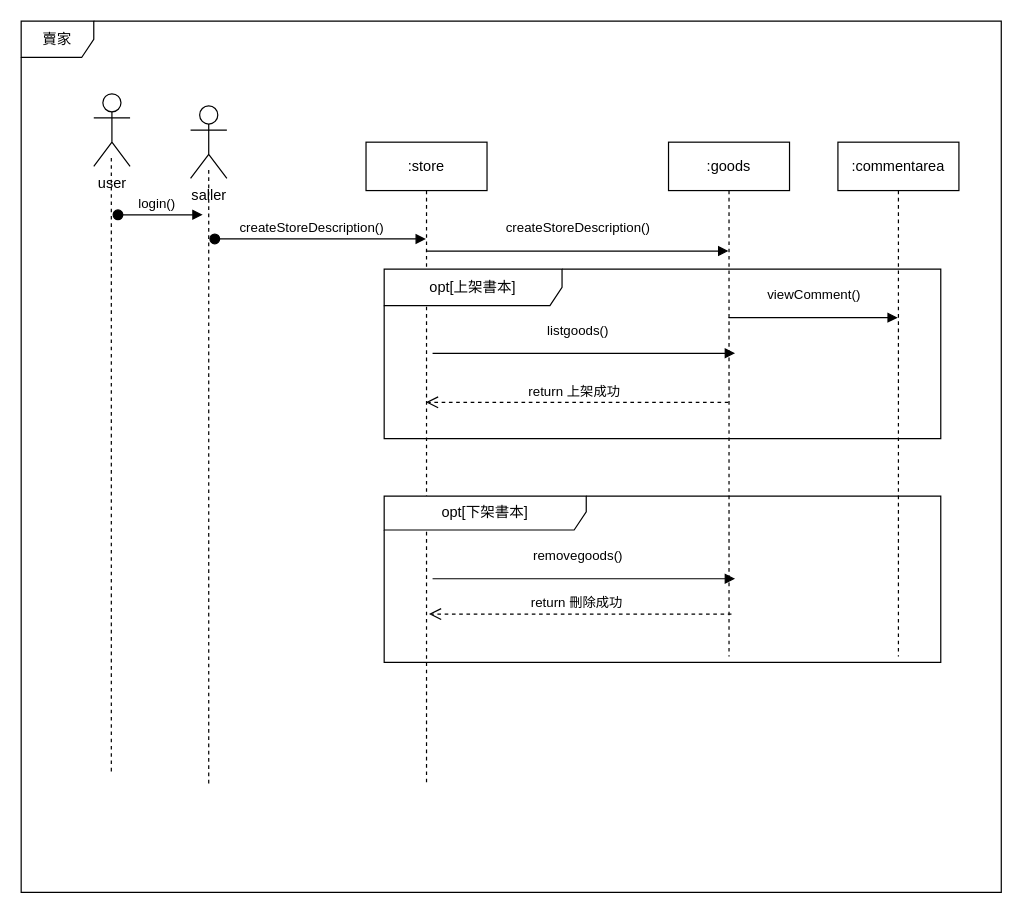
This is diagrams/sequensDiagram-賣家.drawio from SparrowTen/OpenShop, a draw.io file, before an edit. Source tidied: cells renumbered, new cells numbered last; positions are measured from the earlier drawing's top-left corner, leaving out a move shared by most shapes. Both pictures are drawn from the tidied source at 121%, with x=0, y=0 at pixel (21, 21).
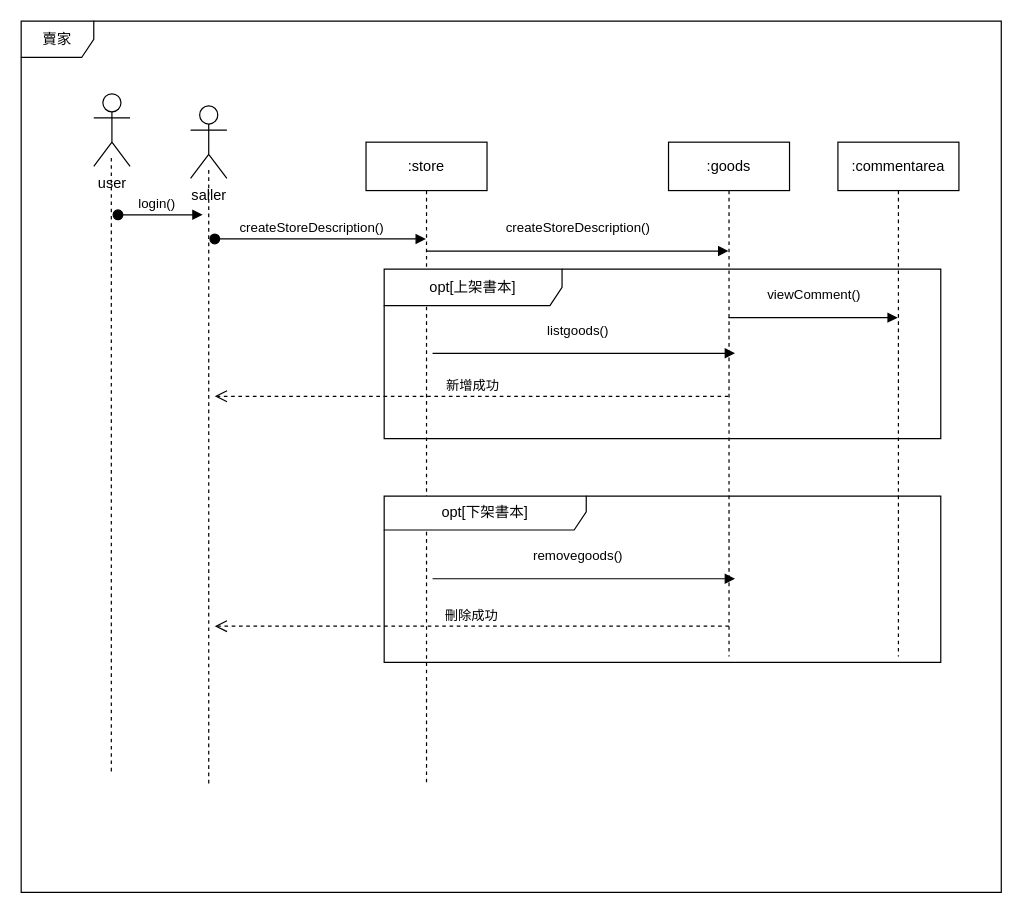
After the change.

Unchanged cells that the change refers to:
```xml
<mxCell id="2" value=":store" style="shape=umlLifeline;perimeter=lifelinePerimeter;whiteSpace=wrap;html=1;outlineConnect=0;portConstraint=eastwest;newEdgeStyle={&quot;edgeStyle&quot;:&quot;elbowEdgeStyle&quot;,&quot;elbow&quot;:&quot;vertical&quot;,&quot;curved&quot;:0,&quot;rounded&quot;:0};" parent="1" vertex="1">
  <mxGeometry x="285" y="100" width="100" height="530" as="geometry" />
</mxCell>
<mxCell id="4" value=":goods" style="shape=umlLifeline;perimeter=lifelinePerimeter;whiteSpace=wrap;html=1;outlineConnect=0;portConstraint=eastwest;newEdgeStyle={&quot;edgeStyle&quot;:&quot;elbowEdgeStyle&quot;,&quot;elbow&quot;:&quot;vertical&quot;,&quot;curved&quot;:0,&quot;rounded&quot;:0};" parent="1" vertex="1">
  <mxGeometry x="535" y="100" width="100" height="425" as="geometry" />
</mxCell>
```

Change to the diagram source:
```diff
@@
-    <mxCell id="11" value="return 上架成功" style="html=1;verticalAlign=bottom;endArrow=open;dashed=1;endSize=8;edgeStyle=elbowEdgeStyle;elbow=vertical;curved=0;rounded=0;" parent="1" edge="1" source="4" target="2">
-      <mxGeometry x="0.02" relative="1" as="geometry">
-        <Array as="points">
-          <mxPoint x="527" y="315" />
-          <mxPoint x="507" y="285" />
-          <mxPoint x="487" y="265" />
-          <mxPoint x="507" y="255" />
-          <mxPoint x="447" y="275" />
-          <mxPoint x="537" y="305" />
-        </Array>
-      </mxGeometry>
-    </mxCell>
@@
-    <mxCell id="13" value="return 刪除成功" style="html=1;verticalAlign=bottom;endArrow=open;dashed=1;endSize=8;edgeStyle=elbowEdgeStyle;elbow=vertical;curved=0;rounded=0;" parent="1" edge="1">
-      <mxGeometry x="0.02" relative="1" as="geometry">
-        <mxPoint x="587" y="490" as="sourcePoint" />
-        <mxPoint x="337" y="490" as="targetPoint" />
-        <Array as="points">
-          <mxPoint x="529" y="490" />
-          <mxPoint x="509" y="460" />
-          <mxPoint x="489" y="440" />
-          <mxPoint x="509" y="430" />
-          <mxPoint x="449" y="450" />
-          <mxPoint x="539" y="480" />
-        </Array>
-      </mxGeometry>
-    </mxCell>
@@
+    <mxCell id="20" value="新增成功" style="html=1;verticalAlign=bottom;endArrow=open;dashed=1;endSize=8;edgeStyle=elbowEdgeStyle;elbow=vertical;curved=0;rounded=0;" parent="1" edge="1" source="4">
+      <mxGeometry relative="1" as="geometry">
+        <mxPoint x="160" y="310" as="targetPoint" />
+      </mxGeometry>
+    </mxCell>
+    <mxCell id="21" value="刪除成功" style="html=1;verticalAlign=bottom;endArrow=open;dashed=1;endSize=8;edgeStyle=elbowEdgeStyle;elbow=vertical;curved=0;rounded=0;" parent="1" edge="1">
+      <mxGeometry relative="1" as="geometry">
+        <mxPoint x="585" y="500" as="sourcePoint" />
+        <mxPoint x="160" y="500" as="targetPoint" />
+      </mxGeometry>
+    </mxCell>
```
